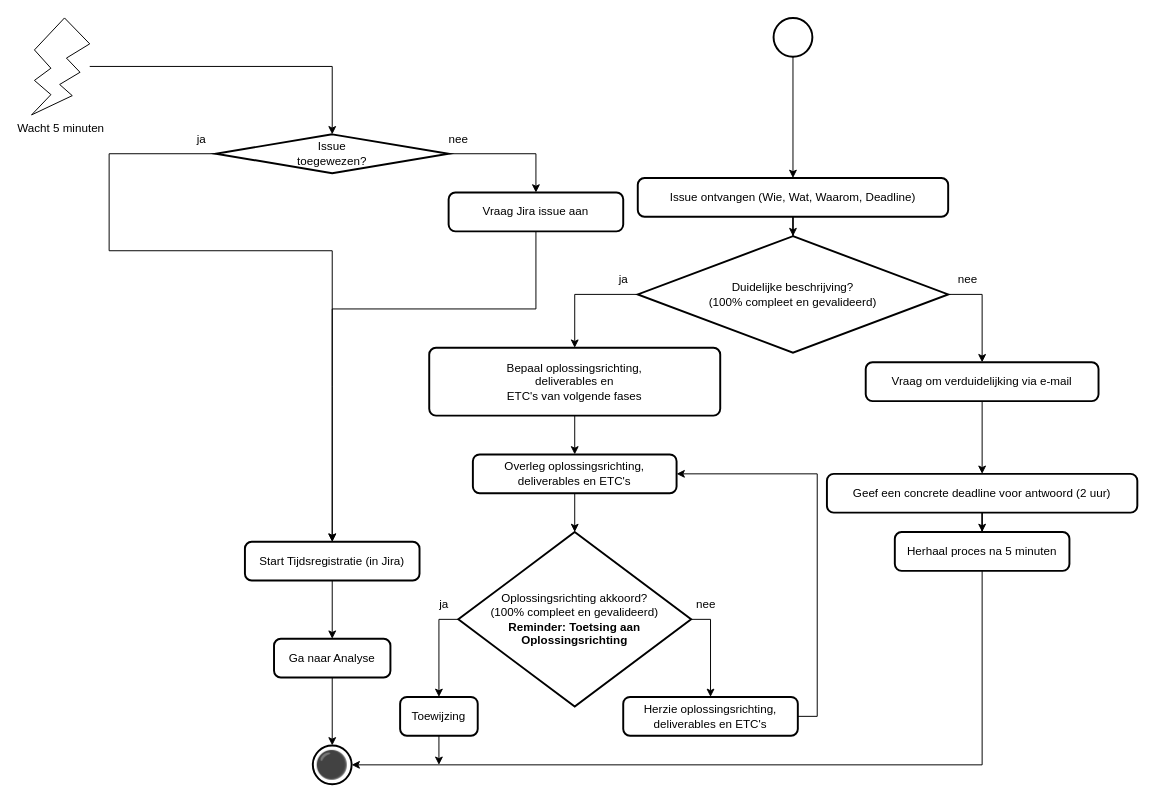
This is 1 Issue Tracker intake.drawio from Zaibatsu89/IssueTracker, a draw.io file, before an edit. Source tidied: cells renumbered, new cells numbered last; positions are measured from the earlier drawing's top-left corner, leaving out a move shared by most shapes. Both pictures are drawn from the tidied source at 97%, with x=0, y=0 at pixel (31, 17).
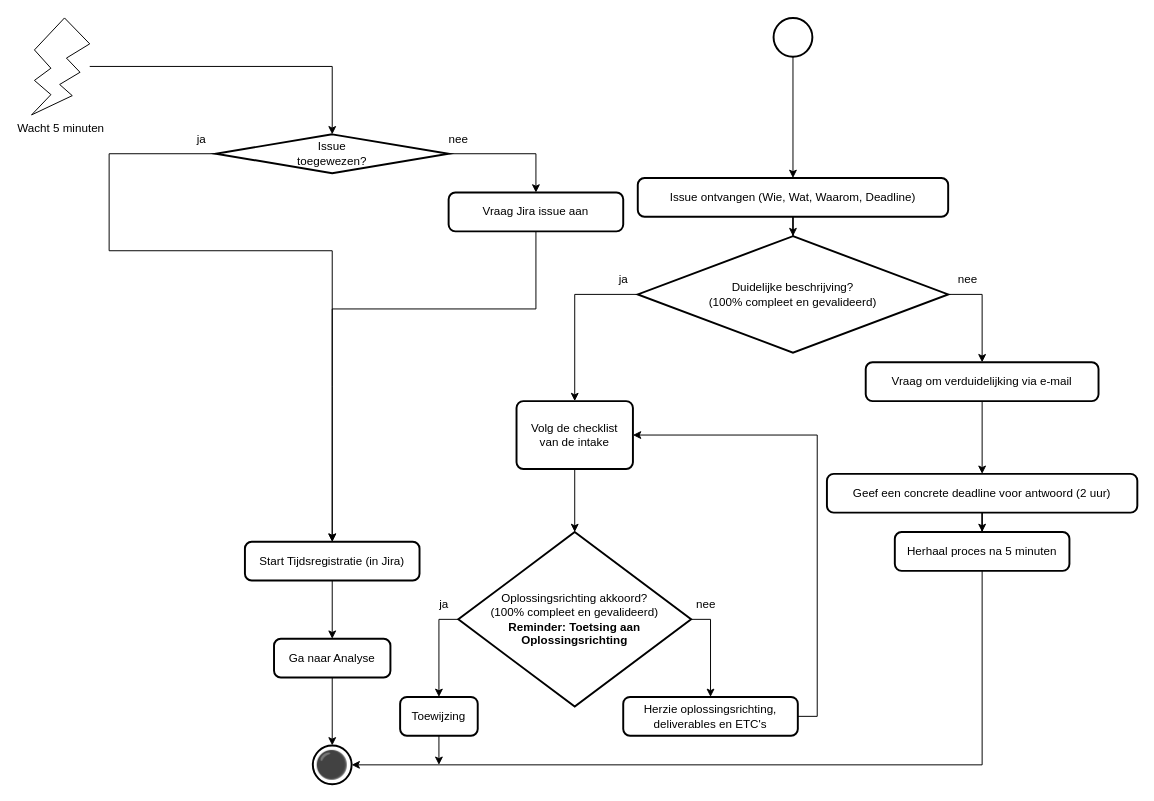
Above is the later version.

Diff of the diagram source:
```diff
@@
-    <mxCell id="8" value="Duidelijke beschrijving?&lt;div&gt;(100% compleet en gevalideerd)&lt;/div&gt;" style="strokeWidth=2;html=1;shape=mxgraph.flowchart.decision;whiteSpace=wrap;" parent="1" vertex="1">
+    <mxCell id="8" value="Duidelijke beschrijving?&lt;br&gt;(100% compleet en gevalideerd)" style="strokeWidth=2;html=1;shape=mxgraph.flowchart.decision;whiteSpace=wrap;" parent="1" vertex="1">
       <mxGeometry x="625" y="225" width="320" height="120" as="geometry" />
     </mxCell>
@@
-    <mxCell id="28" style="edgeStyle=orthogonalEdgeStyle;rounded=0;jettySize=auto;html=1;exitX=0.5;exitY=1;exitDx=0;exitDy=0;entryX=0.5;entryY=0;entryDx=0;entryDy=0;" parent="1" edge="1" source="29" target="30">
-      <mxGeometry relative="1" as="geometry" />
-    </mxCell>
-    <mxCell id="29" value="Bepaal oplossingsrichting,&lt;div&gt;deliverables en&lt;/div&gt;&lt;div&gt;ETC's van volgende fases&lt;/div&gt;" style="rounded=1;whiteSpace=wrap;html=1;absoluteArcSize=1;arcSize=14;strokeWidth=2;" parent="1" vertex="1">
-      <mxGeometry x="410" y="340" width="300" height="70" as="geometry" />
+    <mxCell id="29" value="Volg de checklist&lt;br&gt;van de intake" style="rounded=1;whiteSpace=wrap;html=1;absoluteArcSize=1;arcSize=14;strokeWidth=2;" parent="1" vertex="1">
+      <mxGeometry x="500" y="395" width="120" height="70" as="geometry" />
     </mxCell>
-    <mxCell id="30" value="Overleg oplossingsrichting,&lt;div&gt;deliverables en&amp;nbsp;&lt;span style=&quot;background-color: transparent; color: light-dark(rgb(0, 0, 0), rgb(255, 255, 255));&quot;&gt;ETC's&lt;/span&gt;&lt;/div&gt;" style="rounded=1;whiteSpace=wrap;html=1;absoluteArcSize=1;arcSize=14;strokeWidth=2;" parent="1" vertex="1">
-      <mxGeometry x="455" y="450" width="210" height="40" as="geometry" />
-    </mxCell>
@@
-    <mxCell id="39" value="Oplossingsrichting akkoord?&lt;div&gt;(100% compleet en gevalideerd)&lt;br&gt;&lt;b&gt;Reminder: Toetsing aan Oplossingsrichting&lt;/b&gt;&lt;/div&gt;" style="strokeWidth=2;html=1;shape=mxgraph.flowchart.decision;whiteSpace=wrap;" parent="1" vertex="1">
+    <mxCell id="39" value="Oplossingsrichting akkoord?&lt;br&gt;(100% compleet en gevalideerd)&lt;br&gt;&lt;b&gt;Reminder: Toetsing aan Oplossingsrichting&lt;/b&gt;" style="strokeWidth=2;html=1;shape=mxgraph.flowchart.decision;whiteSpace=wrap;" parent="1" vertex="1">
       <mxGeometry x="440" y="530" width="240" height="180" as="geometry" />
     </mxCell>
-    <mxCell id="40" style="edgeStyle=orthogonalEdgeStyle;rounded=0;jettySize=auto;html=1;exitX=0.5;exitY=1;exitDx=0;exitDy=0;entryX=0.5;entryY=0;entryDx=0;entryDy=0;entryPerimeter=0;" parent="1" edge="1" source="30" target="39">
+    <mxCell id="40" style="edgeStyle=orthogonalEdgeStyle;rounded=0;jettySize=auto;html=1;exitX=0.5;exitY=1;exitDx=0;exitDy=0;entryX=0.5;entryY=0;entryDx=0;entryDy=0;entryPerimeter=0;" parent="1" edge="1" source="29" target="39">
       <mxGeometry relative="1" as="geometry" />
     </mxCell>
@@
-    <mxCell id="42" style="edgeStyle=orthogonalEdgeStyle;rounded=0;jettySize=auto;html=1;exitX=1;exitY=0.5;exitDx=0;exitDy=0;entryX=1;entryY=0.5;entryDx=0;entryDy=0;" parent="1" edge="1" source="43" target="30">
+    <mxCell id="42" style="edgeStyle=orthogonalEdgeStyle;rounded=0;jettySize=auto;html=1;exitX=1;exitY=0.5;exitDx=0;exitDy=0;entryX=1;entryY=0.5;entryDx=0;entryDy=0;" parent="1" edge="1" source="43" target="29">
       <mxGeometry relative="1" as="geometry" />
     </mxCell>
-    <mxCell id="43" value="Herzie oplossingsrichting,&lt;div&gt;deliverables en ETC's&lt;/div&gt;" style="rounded=1;whiteSpace=wrap;html=1;absoluteArcSize=1;arcSize=14;strokeWidth=2;" parent="1" vertex="1">
+    <mxCell id="43" value="Herzie oplossingsrichting,&lt;br&gt;deliverables en ETC's" style="rounded=1;whiteSpace=wrap;html=1;absoluteArcSize=1;arcSize=14;strokeWidth=2;" parent="1" vertex="1">
       <mxGeometry x="610" y="700" width="180" height="40" as="geometry" />
     </mxCell>
```
